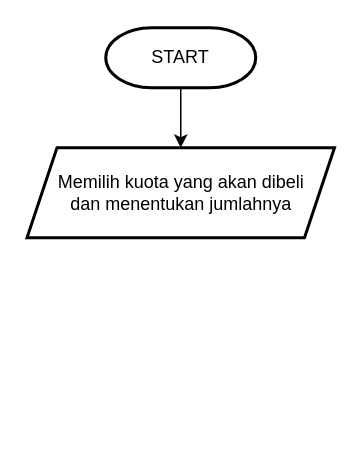
Earlier version of the draw.io diagram flowchart.drawio (Tulus0399/Tulus_Suryo-Kalkulator_diskon). Source tidied: cells renumbered, new cells numbered last; positions are measured from the earlier drawing's top-left corner, leaving out a move shared by most shapes. Both pictures are drawn from the tidied source at 150%, with x=0, y=0 at pixel (27, 27).
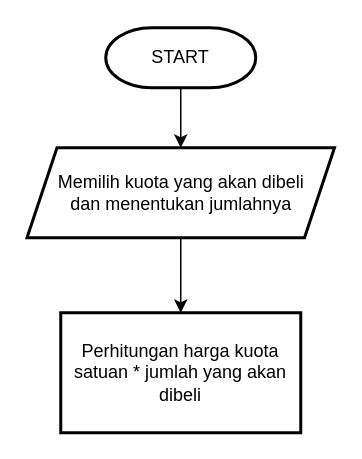
Above is the later version.

Commit message:
perhitungan harga satuan voucher dikali jumlah pembelian

The edit, as a diff of the source:
```diff
@@
 <mxGraphModel>
   <root>
     <mxCell id="0" />
     <mxCell id="1" parent="0" />
     <mxCell id="2" style="edgeStyle=none;html=1;" parent="1" edge="1" source="3" target="4">
       <mxGeometry relative="1" as="geometry" />
     </mxCell>
     <mxCell id="3" value="START" style="strokeWidth=2;html=1;shape=mxgraph.flowchart.terminator;whiteSpace=wrap;" parent="1" vertex="1">
       <mxGeometry x="52" width="100" height="40" as="geometry" />
     </mxCell>
+    <mxCell id="5" style="edgeStyle=none;html=1;" parent="1" edge="1" source="4" target="6">
+      <mxGeometry relative="1" as="geometry" />
+    </mxCell>
     <mxCell id="4" value="Memilih kuota yang akan dibeli &lt;br&gt;dan menentukan jumlahnya" style="shape=parallelogram;perimeter=parallelogramPerimeter;whiteSpace=wrap;html=1;fixedSize=1;strokeWidth=2;" parent="1" vertex="1">
       <mxGeometry x="-0.5" y="80" width="205" height="60" as="geometry" />
     </mxCell>
+    <mxCell id="6" value="&lt;span&gt;Perhitungan harga kuota satuan * jumlah yang akan dibeli&lt;/span&gt;" style="whiteSpace=wrap;html=1;strokeWidth=2;" parent="1" vertex="1">
+      <mxGeometry x="22" y="190" width="160" height="80" as="geometry" />
+    </mxCell>
   </root>
 </mxGraphModel>
```
